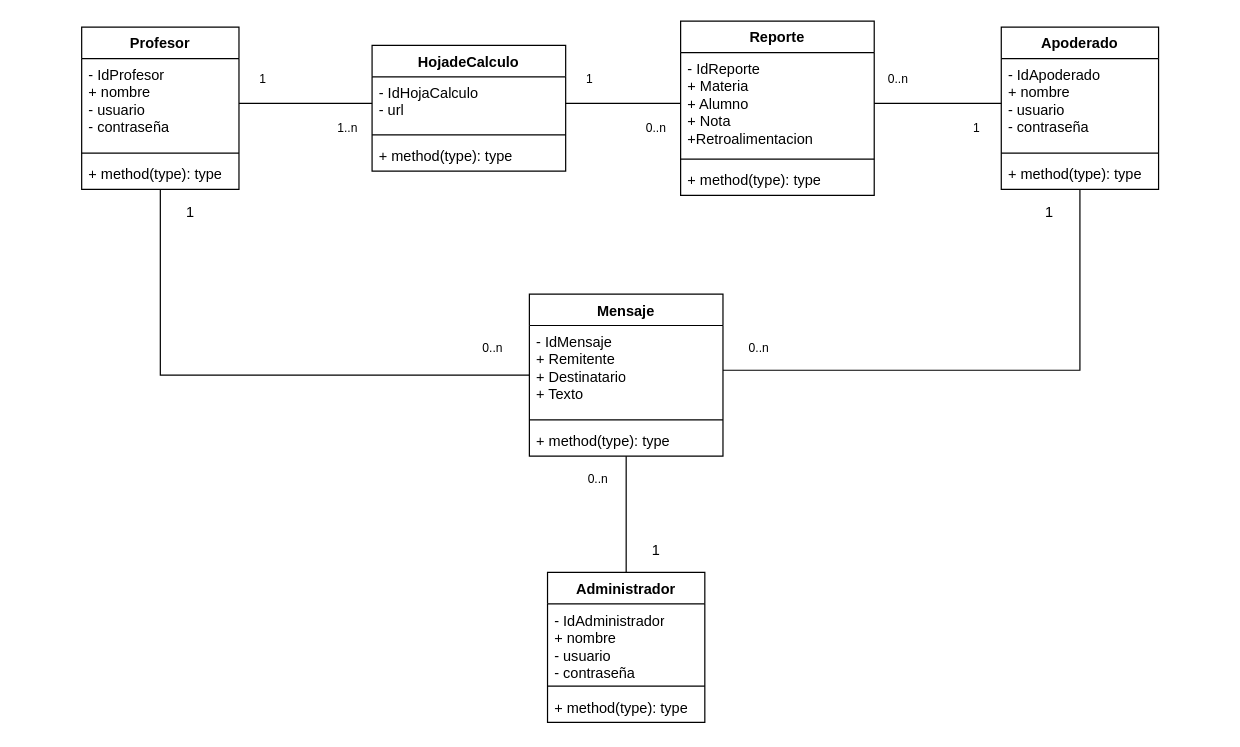
Above: page "E-R" (3 of 4) of CasosUsoAjs.drawio in KeiKurono96/ProyPes (draw.io), before the change. Source tidied: cells renumbered, new cells numbered last; positions are measured from the earlier drawing's top-left corner, leaving out a move shared by most shapes. Both pictures are drawn from the tidied source at 121%, with x=0, y=0 at pixel (81, 21).
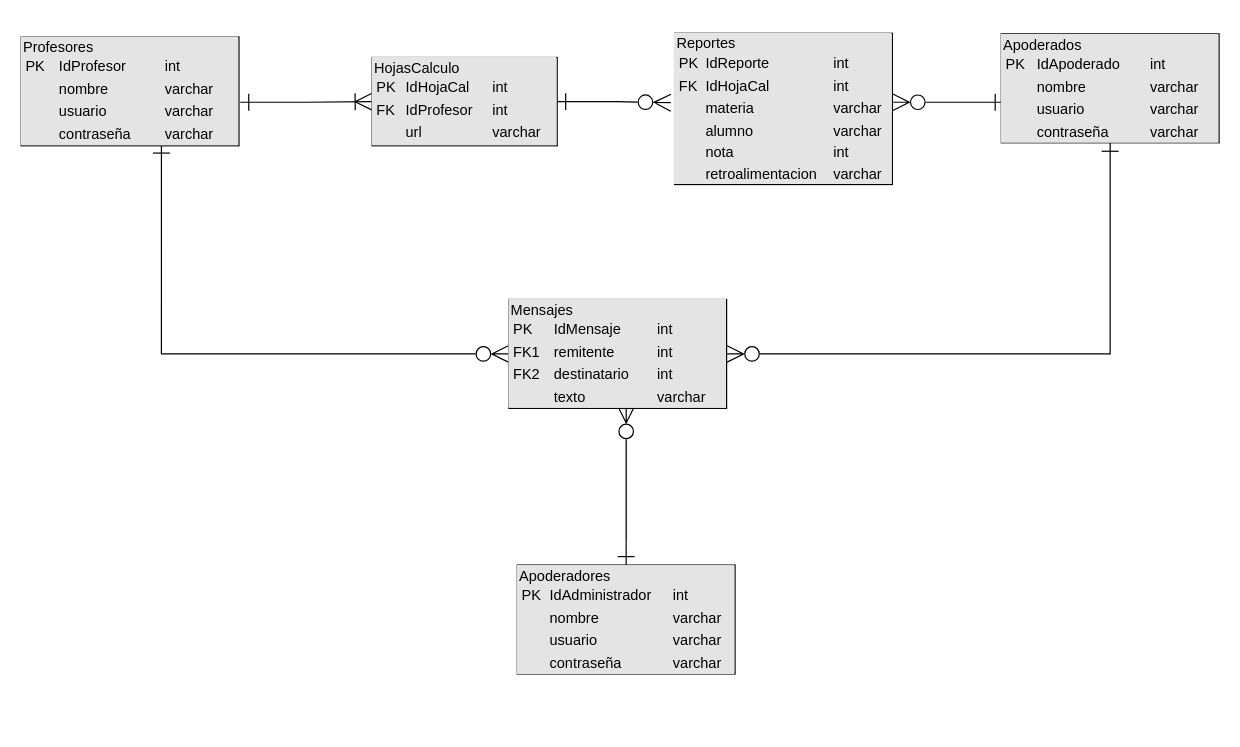
The same diagram, later.

Change to the diagram source:
```diff
@@
-    <mxCell id="2" value="Profesor" style="swimlane;fontStyle=1;align=center;verticalAlign=top;horizontal=1;startSize=26;whiteSpace=wrap;html=1;" parent="1" vertex="1">
-      <mxGeometry y="5" width="130" height="134" as="geometry" />
-    </mxCell>
-    <mxCell id="3" value="&lt;div&gt;&lt;span style=&quot;background-color: initial;&quot;&gt;- IdProfesor&lt;/span&gt;&lt;/div&gt;&lt;div&gt;&lt;span style=&quot;background-color: initial;&quot;&gt;+ nombre&lt;/span&gt;&lt;/div&gt;&lt;div&gt;- usuario&lt;/div&gt;&lt;div&gt;- contraseña&lt;/div&gt;" style="text;strokeColor=none;fillColor=none;align=left;verticalAlign=top;spacingLeft=4;spacingRight=4;overflow=hidden;points=[[0,0.5],[1,0.5]];portConstraint=eastwest;whiteSpace=wrap;html=1;" parent="2" vertex="1">
-      <mxGeometry y="26" width="130" height="74" as="geometry" />
-    </mxCell>
-    <mxCell id="4" style="line;strokeWidth=1;fillColor=none;align=left;verticalAlign=middle;spacingTop=-1;spacingLeft=3;spacingRight=3;labelPosition=right;strokeColor=inherit;" parent="2" vertex="1">
-      <mxGeometry y="100" width="130" height="8" as="geometry" />
-    </mxCell>
-    <mxCell id="5" value="+ method(type): type" style="text;strokeColor=none;fillColor=none;align=left;verticalAlign=top;spacingLeft=4;spacingRight=4;overflow=hidden;whiteSpace=wrap;html=1;" parent="2" vertex="1">
-      <mxGeometry y="108" width="130" height="26" as="geometry" />
-    </mxCell>
-    <mxCell id="6" style="edgeStyle=orthogonalEdgeStyle;rounded=0;jettySize=auto;html=1;endArrow=none;endFill=0;" parent="1" edge="1" source="7" target="20">
+    <mxCell id="6" style="edgeStyle=orthogonalEdgeStyle;rounded=0;jettySize=auto;html=1;endArrow=ERzeroToMany;endFill=0;exitX=0.5;exitY=0;exitDx=0;exitDy=0;entryX=0.539;entryY=0.978;entryDx=0;entryDy=0;entryPerimeter=0;startArrow=ERone;startFill=0;endSize=12;startSize=12;" parent="1" edge="1" source="48" target="49">
       <mxGeometry relative="1" as="geometry" />
     </mxCell>
-    <mxCell id="7" value="Administrador" style="swimlane;fontStyle=1;align=center;verticalAlign=top;horizontal=1;startSize=26;whiteSpace=wrap;html=1;" parent="1" vertex="1">
-      <mxGeometry x="385" y="455.5" width="130" height="124" as="geometry" />
-    </mxCell>
-    <mxCell id="8" value="&lt;div&gt;&lt;span style=&quot;background-color: initial;&quot;&gt;- IdAdministrador&lt;/span&gt;&lt;/div&gt;&lt;div&gt;&lt;span style=&quot;background-color: initial;&quot;&gt;+ nombre&lt;/span&gt;&lt;/div&gt;&lt;div&gt;- usuario&lt;/div&gt;&lt;div&gt;- contraseña&lt;/div&gt;" style="text;strokeColor=none;fillColor=none;align=left;verticalAlign=top;spacingLeft=4;spacingRight=4;overflow=hidden;whiteSpace=wrap;html=1;" parent="7" vertex="1">
-      <mxGeometry y="26" width="130" height="64" as="geometry" />
-    </mxCell>
-    <mxCell id="9" style="line;strokeWidth=1;fillColor=none;align=left;verticalAlign=middle;spacingTop=-1;spacingLeft=3;spacingRight=3;labelPosition=right;strokeColor=inherit;" parent="7" vertex="1">
-      <mxGeometry y="90" width="130" height="8" as="geometry" />
-    </mxCell>
-    <mxCell id="10" value="+ method(type): type" style="text;strokeColor=none;fillColor=none;align=left;verticalAlign=top;spacingLeft=4;spacingRight=4;overflow=hidden;whiteSpace=wrap;html=1;" parent="7" vertex="1">
-      <mxGeometry y="98" width="130" height="26" as="geometry" />
-    </mxCell>
-    <mxCell id="11" value="Apoderado" style="swimlane;fontStyle=1;align=center;verticalAlign=top;horizontal=1;startSize=26;whiteSpace=wrap;html=1;" parent="1" vertex="1">
-      <mxGeometry x="760" y="5" width="130" height="134" as="geometry" />
-    </mxCell>
-    <mxCell id="12" value="&lt;div&gt;&lt;span style=&quot;background-color: initial;&quot;&gt;- IdApoderado&lt;/span&gt;&lt;/div&gt;&lt;div&gt;&lt;span style=&quot;background-color: initial;&quot;&gt;+ nombre&lt;/span&gt;&lt;/div&gt;&lt;div&gt;- usuario&lt;/div&gt;&lt;div&gt;- contraseña&lt;/div&gt;" style="text;strokeColor=none;fillColor=none;align=left;verticalAlign=top;spacingLeft=4;spacingRight=4;overflow=hidden;points=[[0,0.5],[1,0.5]];portConstraint=eastwest;whiteSpace=wrap;html=1;" parent="11" vertex="1">
-      <mxGeometry y="26" width="130" height="74" as="geometry" />
-    </mxCell>
-    <mxCell id="13" style="line;strokeWidth=1;fillColor=none;align=left;verticalAlign=middle;spacingTop=-1;spacingLeft=3;spacingRight=3;labelPosition=right;strokeColor=inherit;" parent="11" vertex="1">
-      <mxGeometry y="100" width="130" height="8" as="geometry" />
-    </mxCell>
-    <mxCell id="14" value="+ method(type): type" style="text;strokeColor=none;fillColor=none;align=left;verticalAlign=top;spacingLeft=4;spacingRight=4;overflow=hidden;whiteSpace=wrap;html=1;" parent="11" vertex="1">
-      <mxGeometry y="108" width="130" height="26" as="geometry" />
-    </mxCell>
-    <mxCell id="15" value="Reporte" style="swimlane;fontStyle=1;align=center;verticalAlign=top;horizontal=1;startSize=26;whiteSpace=wrap;html=1;" parent="1" vertex="1">
-      <mxGeometry x="495" width="160" height="144" as="geometry" />
-    </mxCell>
-    <mxCell id="16" value="- IdReporte&lt;div&gt;+ Materia&lt;/div&gt;&lt;div&gt;+ Alumno&lt;/div&gt;&lt;div&gt;+ Nota&lt;/div&gt;&lt;div&gt;+Retroalimentacion&lt;/div&gt;" style="text;strokeColor=none;fillColor=none;align=left;verticalAlign=top;spacingLeft=4;spacingRight=4;overflow=hidden;points=[[0,0.5],[1,0.5]];portConstraint=eastwest;whiteSpace=wrap;html=1;" parent="15" vertex="1">
-      <mxGeometry y="26" width="160" height="84" as="geometry" />
-    </mxCell>
-    <mxCell id="17" style="line;strokeWidth=1;fillColor=none;align=left;verticalAlign=middle;spacingTop=-1;spacingLeft=3;spacingRight=3;labelPosition=right;strokeColor=inherit;" parent="15" vertex="1">
-      <mxGeometry y="110" width="160" height="8" as="geometry" />
-    </mxCell>
-    <mxCell id="18" value="+ method(type): type" style="text;strokeColor=none;fillColor=none;align=left;verticalAlign=top;spacingLeft=4;spacingRight=4;overflow=hidden;whiteSpace=wrap;html=1;" parent="15" vertex="1">
-      <mxGeometry y="118" width="160" height="26" as="geometry" />
-    </mxCell>
-    <mxCell id="19" style="edgeStyle=orthogonalEdgeStyle;rounded=0;jettySize=auto;html=1;endArrow=none;endFill=0;" parent="1" edge="1" source="20" target="2">
+    <mxCell id="19" style="edgeStyle=orthogonalEdgeStyle;rounded=0;jettySize=auto;html=1;endArrow=ERone;endFill=0;entryX=0.644;entryY=0.989;entryDx=0;entryDy=0;entryPerimeter=0;exitX=0;exitY=0.5;exitDx=0;exitDy=0;startArrow=ERzeroToMany;startFill=0;endSize=12;startSize=12;" parent="1" edge="1" source="49" target="44">
       <mxGeometry relative="1" as="geometry" />
     </mxCell>
-    <mxCell id="20" value="Mensaje" style="swimlane;fontStyle=1;align=center;verticalAlign=top;horizontal=1;startSize=26;whiteSpace=wrap;html=1;" parent="1" vertex="1">
-      <mxGeometry x="370" y="225.5" width="160" height="134" as="geometry" />
-    </mxCell>
-    <mxCell id="21" value="- IdMensaje&lt;div&gt;+ Remitente&lt;/div&gt;&lt;div&gt;+ Destinatario&lt;/div&gt;&lt;div&gt;+ Texto&lt;/div&gt;" style="text;strokeColor=none;fillColor=none;align=left;verticalAlign=top;spacingLeft=4;spacingRight=4;overflow=hidden;points=[[0,0.5],[1,0.5]];portConstraint=eastwest;whiteSpace=wrap;html=1;" parent="20" vertex="1">
-      <mxGeometry y="26" width="160" height="74" as="geometry" />
-    </mxCell>
-    <mxCell id="22" style="line;strokeWidth=1;fillColor=none;align=left;verticalAlign=middle;spacingTop=-1;spacingLeft=3;spacingRight=3;labelPosition=right;strokeColor=inherit;" parent="20" vertex="1">
-      <mxGeometry y="100" width="160" height="8" as="geometry" />
-    </mxCell>
-    <mxCell id="23" value="+ method(type): type" style="text;strokeColor=none;fillColor=none;align=left;verticalAlign=top;spacingLeft=4;spacingRight=4;overflow=hidden;whiteSpace=wrap;html=1;" parent="20" vertex="1">
-      <mxGeometry y="108" width="160" height="26" as="geometry" />
-    </mxCell>
-    <mxCell id="24" value="HojadeCalculo" style="swimlane;fontStyle=1;align=center;verticalAlign=top;horizontal=1;startSize=26;whiteSpace=wrap;html=1;" parent="1" vertex="1">
-      <mxGeometry x="240" y="20" width="160" height="104" as="geometry" />
-    </mxCell>
-    <mxCell id="25" value="- IdHojaCalculo&lt;div&gt;- url&lt;/div&gt;" style="text;strokeColor=none;fillColor=none;align=left;verticalAlign=top;spacingLeft=4;spacingRight=4;overflow=hidden;points=[[0,0.5],[1,0.5]];portConstraint=eastwest;whiteSpace=wrap;html=1;" parent="24" vertex="1">
-      <mxGeometry y="26" width="160" height="44" as="geometry" />
-    </mxCell>
-    <mxCell id="26" style="line;strokeWidth=1;fillColor=none;align=left;verticalAlign=middle;spacingTop=-1;spacingLeft=3;spacingRight=3;labelPosition=right;strokeColor=inherit;" parent="24" vertex="1">
-      <mxGeometry y="70" width="160" height="8" as="geometry" />
-    </mxCell>
-    <mxCell id="27" value="+ method(type): type" style="text;strokeColor=none;fillColor=none;align=left;verticalAlign=top;spacingLeft=4;spacingRight=4;overflow=hidden;whiteSpace=wrap;html=1;" parent="24" vertex="1">
-      <mxGeometry y="78" width="160" height="26" as="geometry" />
-    </mxCell>
-    <mxCell id="28" style="edgeStyle=orthogonalEdgeStyle;rounded=0;jettySize=auto;html=1;entryX=0;entryY=0.5;entryDx=0;entryDy=0;endArrow=none;endFill=0;" parent="1" edge="1" source="3" target="25">
+    <mxCell id="28" style="edgeStyle=orthogonalEdgeStyle;rounded=0;jettySize=auto;html=1;entryX=0;entryY=0.5;entryDx=0;entryDy=0;endArrow=ERoneToMany;endFill=0;exitX=1.006;exitY=0.6;exitDx=0;exitDy=0;exitPerimeter=0;startArrow=ERone;startFill=0;sourcePerimeterSpacing=0;startSize=12;endSize=12;" parent="1" edge="1" source="44" target="45">
       <mxGeometry relative="1" as="geometry" />
     </mxCell>
-    <mxCell id="29" style="edgeStyle=orthogonalEdgeStyle;rounded=0;jettySize=auto;html=1;exitX=1;exitY=0.5;exitDx=0;exitDy=0;entryX=0;entryY=0.5;entryDx=0;entryDy=0;endArrow=none;endFill=0;" parent="1" edge="1" source="25" target="16">
+    <mxCell id="29" style="edgeStyle=orthogonalEdgeStyle;rounded=0;jettySize=auto;html=1;exitX=1;exitY=0.5;exitDx=0;exitDy=0;entryX=-0.017;entryY=0.459;entryDx=0;entryDy=0;endArrow=ERzeroToMany;endFill=0;entryPerimeter=0;startArrow=ERone;startFill=0;endSize=12;startSize=12;" parent="1" edge="1" source="45" target="46">
       <mxGeometry relative="1" as="geometry" />
     </mxCell>
-    <mxCell id="30" style="edgeStyle=orthogonalEdgeStyle;rounded=0;jettySize=auto;html=1;entryX=0;entryY=0.5;entryDx=0;entryDy=0;endArrow=none;endFill=0;" parent="1" edge="1" source="16" target="12">
+    <mxCell id="30" style="edgeStyle=orthogonalEdgeStyle;rounded=0;jettySize=auto;html=1;entryX=0.011;entryY=0.628;entryDx=0;entryDy=0;endArrow=ERone;endFill=0;exitX=1;exitY=0.456;exitDx=0;exitDy=0;exitPerimeter=0;entryPerimeter=0;startArrow=ERzeroToMany;startFill=0;endSize=12;startSize=12;" parent="1" edge="1" source="46" target="47">
       <mxGeometry relative="1" as="geometry" />
     </mxCell>
-    <mxCell id="31" style="edgeStyle=orthogonalEdgeStyle;rounded=0;jettySize=auto;html=1;endArrow=none;endFill=0;" parent="1" edge="1" source="21" target="11">
+    <mxCell id="31" style="edgeStyle=orthogonalEdgeStyle;rounded=0;jettySize=auto;html=1;endArrow=ERone;endFill=0;entryX=0.5;entryY=1;entryDx=0;entryDy=0;exitX=1;exitY=0.5;exitDx=0;exitDy=0;startArrow=ERzeroToMany;startFill=0;endSize=12;startSize=12;" parent="1" edge="1" source="49" target="47">
       <mxGeometry relative="1" as="geometry" />
     </mxCell>
-    <mxCell id="32" value="&lt;font style=&quot;font-size: 10px;&quot;&gt;1&lt;/font&gt;" style="text;html=1;align=center;verticalAlign=middle;whiteSpace=wrap;rounded=0;" parent="1" vertex="1">
-      <mxGeometry x="130" y="35.5" width="40" height="24" as="geometry" />
-    </mxCell>
-    <mxCell id="33" value="&lt;font style=&quot;font-size: 10px;&quot;&gt;1..n&lt;/font&gt;" style="text;html=1;align=center;verticalAlign=middle;whiteSpace=wrap;rounded=0;" parent="1" vertex="1">
-      <mxGeometry x="200" y="75.5" width="40" height="24" as="geometry" />
-    </mxCell>
-    <mxCell id="34" value="&lt;font style=&quot;font-size: 10px;&quot;&gt;1&lt;/font&gt;" style="text;html=1;align=center;verticalAlign=middle;whiteSpace=wrap;rounded=0;" parent="1" vertex="1">
-      <mxGeometry x="400" y="35.5" width="40" height="24" as="geometry" />
-    </mxCell>
-    <mxCell id="35" value="&lt;font style=&quot;font-size: 10px;&quot;&gt;0..n&lt;/font&gt;" style="text;html=1;align=center;verticalAlign=middle;whiteSpace=wrap;rounded=0;" parent="1" vertex="1">
-      <mxGeometry x="455" y="75.5" width="40" height="24" as="geometry" />
-    </mxCell>
-    <mxCell id="36" value="&lt;font style=&quot;font-size: 10px;&quot;&gt;0..n&lt;/font&gt;" style="text;html=1;align=center;verticalAlign=middle;whiteSpace=wrap;rounded=0;" parent="1" vertex="1">
-      <mxGeometry x="655" y="35.5" width="40" height="24" as="geometry" />
-    </mxCell>
-    <mxCell id="37" value="&lt;font style=&quot;font-size: 10px;&quot;&gt;1&lt;/font&gt;" style="text;html=1;align=center;verticalAlign=middle;whiteSpace=wrap;rounded=0;" parent="1" vertex="1">
-      <mxGeometry x="720" y="75.5" width="40" height="24" as="geometry" />
-    </mxCell>
-    <mxCell id="38" value="1" style="text;html=1;align=center;verticalAlign=middle;whiteSpace=wrap;rounded=0;" parent="1" vertex="1">
-      <mxGeometry x="70" y="145.5" width="40" height="24" as="geometry" />
-    </mxCell>
-    <mxCell id="39" value="&lt;font style=&quot;font-size: 10px;&quot;&gt;0..n&lt;/font&gt;" style="text;html=1;align=center;verticalAlign=middle;whiteSpace=wrap;rounded=0;" parent="1" vertex="1">
-      <mxGeometry x="320" y="257.5" width="40" height="24" as="geometry" />
-    </mxCell>
-    <mxCell id="40" value="&lt;font style=&quot;font-size: 10px;&quot;&gt;0..n&lt;/font&gt;" style="text;html=1;align=center;verticalAlign=middle;whiteSpace=wrap;rounded=0;" parent="1" vertex="1">
-      <mxGeometry x="540" y="257.5" width="40" height="24" as="geometry" />
-    </mxCell>
-    <mxCell id="41" value="1" style="text;html=1;align=center;verticalAlign=middle;whiteSpace=wrap;rounded=0;" parent="1" vertex="1">
-      <mxGeometry x="780" y="145.5" width="40" height="24" as="geometry" />
-    </mxCell>
-    <mxCell id="42" value="&lt;font style=&quot;font-size: 10px;&quot;&gt;0..n&lt;/font&gt;" style="text;html=1;align=center;verticalAlign=middle;whiteSpace=wrap;rounded=0;" parent="1" vertex="1">
-      <mxGeometry x="407" y="365.5" width="40" height="24" as="geometry" />
-    </mxCell>
-    <mxCell id="43" value="1" style="text;html=1;align=center;verticalAlign=middle;whiteSpace=wrap;rounded=0;" parent="1" vertex="1">
-      <mxGeometry x="455" y="425.5" width="40" height="24" as="geometry" />
-    </mxCell>
+    <mxCell id="44" value="&lt;div style=&quot;box-sizing:border-box;width:100%;background:#e4e4e4;padding:2px;&quot;&gt;Profesores&lt;table style=&quot;background-color: initial; font-size: 1em; width: 100%;&quot; cellpadding=&quot;2&quot; cellspacing=&quot;0&quot;&gt;&lt;tbody&gt;&lt;tr&gt;&lt;td&gt;PK&lt;/td&gt;&lt;td&gt;IdProfesor&lt;/td&gt;&lt;td&gt;int&lt;/td&gt;&lt;/tr&gt;&lt;tr&gt;&lt;td&gt;&lt;br&gt;&lt;/td&gt;&lt;td&gt;nombre&lt;/td&gt;&lt;td&gt;varchar&lt;/td&gt;&lt;/tr&gt;&lt;tr&gt;&lt;td&gt;&lt;br&gt;&lt;/td&gt;&lt;td&gt;usuario&lt;br&gt;&lt;/td&gt;&lt;td&gt;varchar&lt;/td&gt;&lt;/tr&gt;&lt;tr&gt;&lt;td&gt;&lt;br&gt;&lt;/td&gt;&lt;td&gt;contraseña&lt;/td&gt;&lt;td&gt;varchar&lt;/td&gt;&lt;/tr&gt;&lt;/tbody&gt;&lt;/table&gt;&lt;/div&gt;" style="verticalAlign=top;align=left;overflow=fill;html=1;whiteSpace=wrap;" parent="1" vertex="1">
+      <mxGeometry x="-50" y="13" width="180" height="90" as="geometry" />
+    </mxCell>
+    <mxCell id="45" value="&lt;div style=&quot;box-sizing:border-box;width:100%;background:#e4e4e4;padding:2px;&quot;&gt;HojasCalculo&lt;table style=&quot;background-color: initial; font-size: 1em; width: 100%;&quot; cellpadding=&quot;2&quot; cellspacing=&quot;0&quot;&gt;&lt;tbody&gt;&lt;tr&gt;&lt;td&gt;PK&lt;/td&gt;&lt;td&gt;IdHojaCal&lt;/td&gt;&lt;td&gt;int&lt;/td&gt;&lt;/tr&gt;&lt;tr&gt;&lt;td&gt;FK&lt;/td&gt;&lt;td&gt;IdProfesor&lt;/td&gt;&lt;td&gt;int&lt;/td&gt;&lt;/tr&gt;&lt;tr&gt;&lt;td&gt;&lt;br&gt;&lt;/td&gt;&lt;td&gt;url&lt;/td&gt;&lt;td&gt;varchar&lt;/td&gt;&lt;/tr&gt;&lt;/tbody&gt;&lt;/table&gt;&lt;/div&gt;" style="verticalAlign=top;align=left;overflow=fill;html=1;whiteSpace=wrap;" parent="1" vertex="1">
+      <mxGeometry x="240" y="30" width="153" height="73" as="geometry" />
+    </mxCell>
+    <mxCell id="46" value="&lt;div style=&quot;box-sizing:border-box;width:100%;background:#e4e4e4;padding:2px;&quot;&gt;Reportes&lt;table style=&quot;background-color: initial; font-size: 1em; width: 100%;&quot; cellpadding=&quot;2&quot; cellspacing=&quot;0&quot;&gt;&lt;tbody&gt;&lt;tr&gt;&lt;td&gt;PK&lt;/td&gt;&lt;td&gt;IdReporte&lt;/td&gt;&lt;td&gt;int&lt;/td&gt;&lt;/tr&gt;&lt;tr&gt;&lt;td&gt;FK&lt;/td&gt;&lt;td&gt;IdHojaCal&lt;/td&gt;&lt;td&gt;int&lt;/td&gt;&lt;/tr&gt;&lt;tr&gt;&lt;td&gt;&lt;br&gt;&lt;/td&gt;&lt;td&gt;materia&lt;/td&gt;&lt;td&gt;varchar&lt;/td&gt;&lt;/tr&gt;&lt;tr&gt;&lt;td&gt;&lt;br&gt;&lt;/td&gt;&lt;td&gt;alumno&lt;br&gt;&lt;/td&gt;&lt;td&gt;varchar&lt;/td&gt;&lt;/tr&gt;&lt;tr&gt;&lt;td&gt;&lt;br&gt;&lt;/td&gt;&lt;td&gt;nota&lt;/td&gt;&lt;td&gt;int&lt;/td&gt;&lt;/tr&gt;&lt;tr&gt;&lt;td&gt;&lt;br&gt;&lt;/td&gt;&lt;td&gt;retroalimentacion&lt;/td&gt;&lt;td&gt;varchar&lt;/td&gt;&lt;/tr&gt;&lt;/tbody&gt;&lt;/table&gt;&lt;/div&gt;" style="verticalAlign=top;align=left;overflow=fill;html=1;whiteSpace=wrap;" parent="1" vertex="1">
+      <mxGeometry x="490" y="10" width="180" height="125" as="geometry" />
+    </mxCell>
+    <mxCell id="47" value="&lt;div style=&quot;box-sizing:border-box;width:100%;background:#e4e4e4;padding:2px;&quot;&gt;Apoderados&lt;table style=&quot;background-color: initial; font-size: 1em; width: 100%;&quot; cellpadding=&quot;2&quot; cellspacing=&quot;0&quot;&gt;&lt;tbody&gt;&lt;tr&gt;&lt;td&gt;PK&lt;/td&gt;&lt;td&gt;IdApoderado&lt;/td&gt;&lt;td&gt;int&lt;/td&gt;&lt;/tr&gt;&lt;tr&gt;&lt;td&gt;&lt;br&gt;&lt;/td&gt;&lt;td&gt;nombre&lt;/td&gt;&lt;td&gt;varchar&lt;/td&gt;&lt;/tr&gt;&lt;tr&gt;&lt;td&gt;&lt;br&gt;&lt;/td&gt;&lt;td&gt;usuario&lt;br&gt;&lt;/td&gt;&lt;td&gt;varchar&lt;/td&gt;&lt;/tr&gt;&lt;tr&gt;&lt;td&gt;&lt;br&gt;&lt;/td&gt;&lt;td&gt;contraseña&lt;/td&gt;&lt;td&gt;varchar&lt;/td&gt;&lt;/tr&gt;&lt;/tbody&gt;&lt;/table&gt;&lt;/div&gt;" style="verticalAlign=top;align=left;overflow=fill;html=1;whiteSpace=wrap;" parent="1" vertex="1">
+      <mxGeometry x="760" y="10.5" width="180" height="90" as="geometry" />
+    </mxCell>
+    <mxCell id="48" value="&lt;div style=&quot;box-sizing:border-box;width:100%;background:#e4e4e4;padding:2px;&quot;&gt;Apoderadores&lt;table style=&quot;background-color: initial; font-size: 1em; width: 100%;&quot; cellpadding=&quot;2&quot; cellspacing=&quot;0&quot;&gt;&lt;tbody&gt;&lt;tr&gt;&lt;td&gt;PK&lt;/td&gt;&lt;td&gt;IdAdministrador&lt;/td&gt;&lt;td&gt;int&lt;/td&gt;&lt;/tr&gt;&lt;tr&gt;&lt;td&gt;&lt;br&gt;&lt;/td&gt;&lt;td&gt;nombre&lt;/td&gt;&lt;td&gt;varchar&lt;/td&gt;&lt;/tr&gt;&lt;tr&gt;&lt;td&gt;&lt;br&gt;&lt;/td&gt;&lt;td&gt;usuario&lt;br&gt;&lt;/td&gt;&lt;td&gt;varchar&lt;/td&gt;&lt;/tr&gt;&lt;tr&gt;&lt;td&gt;&lt;br&gt;&lt;/td&gt;&lt;td&gt;contraseña&lt;/td&gt;&lt;td&gt;varchar&lt;/td&gt;&lt;/tr&gt;&lt;/tbody&gt;&lt;/table&gt;&lt;/div&gt;" style="verticalAlign=top;align=left;overflow=fill;html=1;whiteSpace=wrap;" parent="1" vertex="1">
+      <mxGeometry x="360" y="449.5" width="180" height="90" as="geometry" />
+    </mxCell>
+    <mxCell id="49" value="&lt;div style=&quot;box-sizing:border-box;width:100%;background:#e4e4e4;padding:2px;&quot;&gt;Mensajes&lt;table style=&quot;background-color: initial; font-size: 1em; width: 100%;&quot; cellpadding=&quot;2&quot; cellspacing=&quot;0&quot;&gt;&lt;tbody&gt;&lt;tr&gt;&lt;td&gt;PK&lt;/td&gt;&lt;td&gt;IdMensaje&lt;/td&gt;&lt;td&gt;int&lt;/td&gt;&lt;/tr&gt;&lt;tr&gt;&lt;td&gt;FK1&lt;/td&gt;&lt;td&gt;remitente&lt;/td&gt;&lt;td&gt;int&lt;/td&gt;&lt;/tr&gt;&lt;tr&gt;&lt;td&gt;FK2&lt;/td&gt;&lt;td&gt;destinatario&lt;br&gt;&lt;/td&gt;&lt;td&gt;int&lt;/td&gt;&lt;/tr&gt;&lt;tr&gt;&lt;td&gt;&lt;br&gt;&lt;/td&gt;&lt;td&gt;texto&lt;/td&gt;&lt;td&gt;varchar&lt;/td&gt;&lt;/tr&gt;&lt;/tbody&gt;&lt;/table&gt;&lt;/div&gt;" style="verticalAlign=top;align=left;overflow=fill;html=1;whiteSpace=wrap;" parent="1" vertex="1">
+      <mxGeometry x="353" y="230" width="180" height="90" as="geometry" />
+    </mxCell>
```
